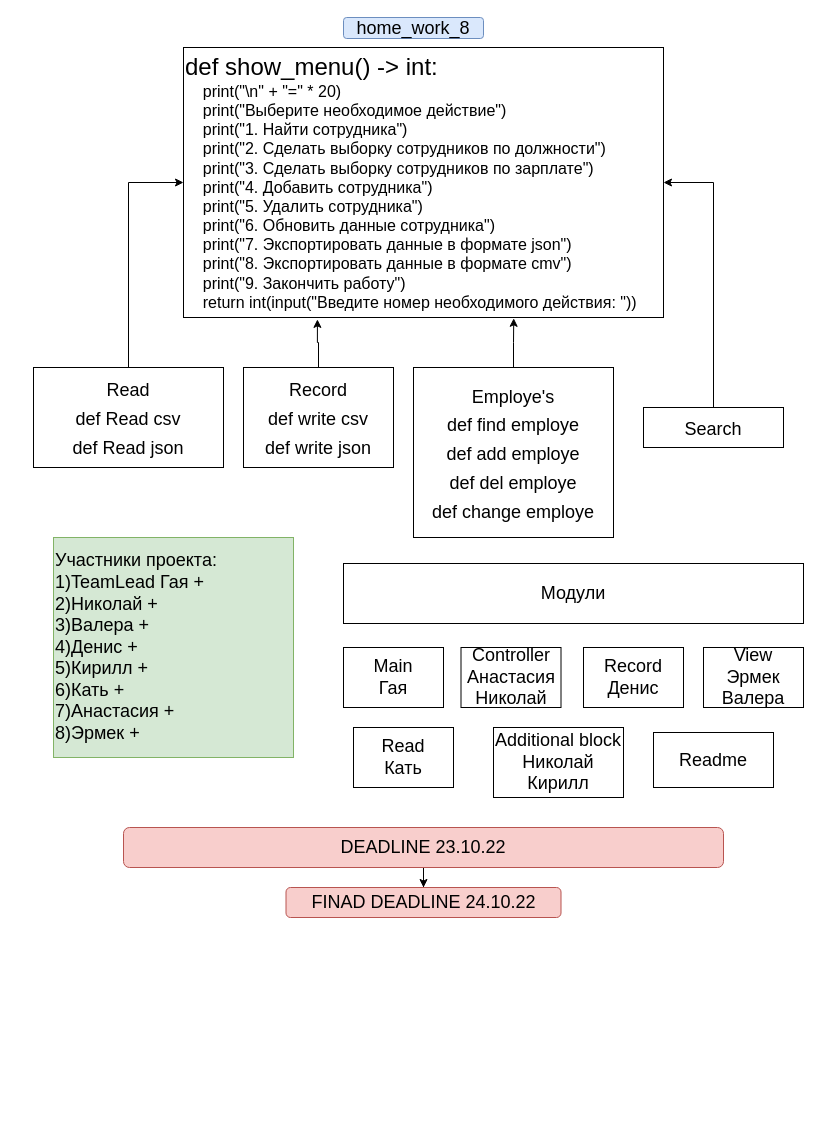
This is home_work_8.drawio from one-liners-22/HomeWork08, a draw.io file, before an edit. Source tidied: cells renumbered, new cells numbered last; positions are measured from the earlier drawing's top-left corner, leaving out a move shared by most shapes. Both pictures are drawn from the tidied source at 100%, with x=0, y=0 at pixel (33, 17).
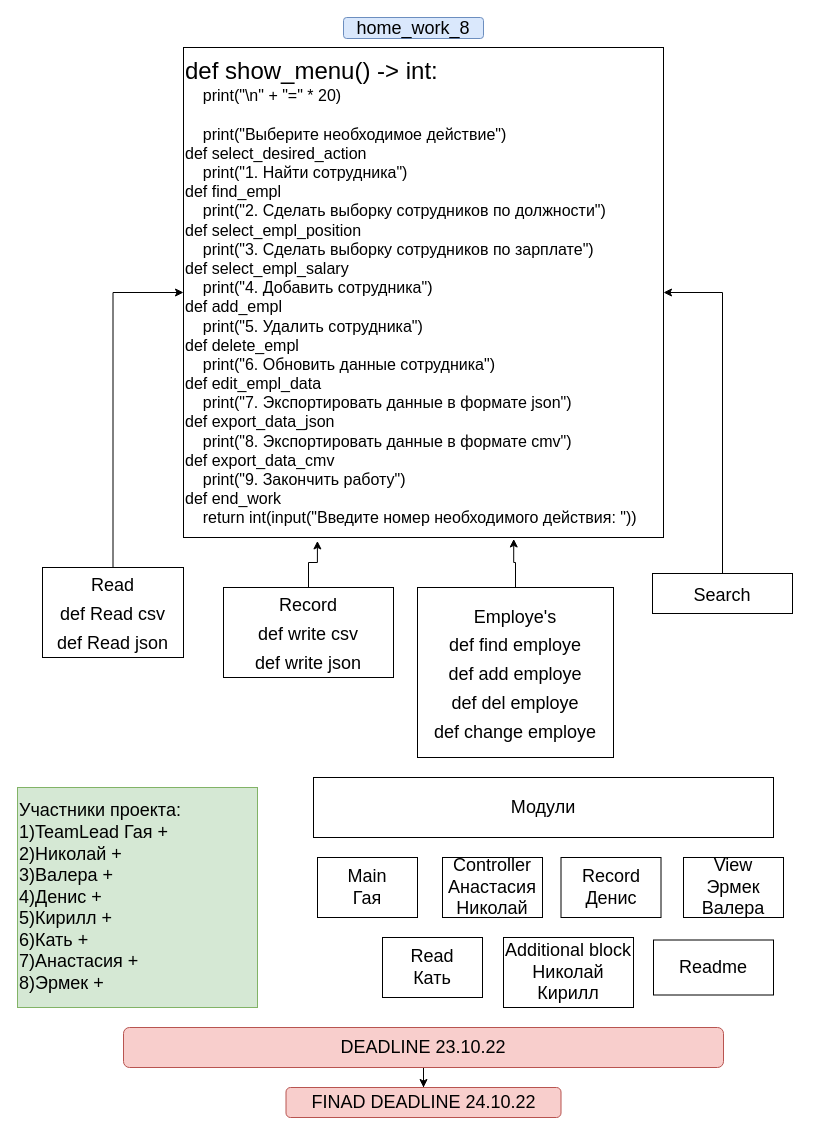
After the change.

Commit message:
обноовили план добавили функции

The edit, as a diff of the source:
```diff
@@
-    <mxCell id="2" value="&lt;div&gt;&lt;font style=&quot;font-size: 24px;&quot;&gt;def show_menu() -&amp;gt; int:&lt;/font&gt;&lt;/div&gt;&lt;div&gt;&lt;font size=&quot;3&quot;&gt;&amp;nbsp; &amp;nbsp; print(&quot;\n&quot; + &quot;=&quot; * 20)&lt;/font&gt;&lt;/div&gt;&lt;div&gt;&lt;font size=&quot;3&quot;&gt;&amp;nbsp; &amp;nbsp; print(&quot;Выберите необходимое действие&quot;)&lt;/font&gt;&lt;/div&gt;&lt;div&gt;&lt;font size=&quot;3&quot;&gt;&amp;nbsp; &amp;nbsp; print(&quot;1. Найти сотрудника&quot;)&lt;/font&gt;&lt;/div&gt;&lt;div&gt;&lt;font size=&quot;3&quot;&gt;&amp;nbsp; &amp;nbsp; print(&quot;2. Сделать выборку сотрудников по должности&quot;)&lt;/font&gt;&lt;/div&gt;&lt;div&gt;&lt;font size=&quot;3&quot;&gt;&amp;nbsp; &amp;nbsp; print(&quot;3. Сделать выборку сотрудников по зарплате&quot;)&lt;/font&gt;&lt;/div&gt;&lt;div&gt;&lt;font size=&quot;3&quot;&gt;&amp;nbsp; &amp;nbsp; print(&quot;4. Добавить сотрудника&quot;)&lt;/font&gt;&lt;/div&gt;&lt;div&gt;&lt;font size=&quot;3&quot;&gt;&amp;nbsp; &amp;nbsp; print(&quot;5. Удалить сотрудника&quot;)&lt;/font&gt;&lt;/div&gt;&lt;div&gt;&lt;font size=&quot;3&quot;&gt;&amp;nbsp; &amp;nbsp; print(&quot;6. Обновить данные сотрудника&quot;)&lt;/font&gt;&lt;/div&gt;&lt;div&gt;&lt;font size=&quot;3&quot;&gt;&amp;nbsp; &amp;nbsp; print(&quot;7. Экспортировать данные в формате json&quot;)&lt;/font&gt;&lt;/div&gt;&lt;div&gt;&lt;font size=&quot;3&quot;&gt;&amp;nbsp; &amp;nbsp; print(&quot;8. Экспортировать данные в формате cmv&quot;)&lt;/font&gt;&lt;/div&gt;&lt;div&gt;&lt;font size=&quot;3&quot;&gt;&amp;nbsp; &amp;nbsp; print(&quot;9. Закончить работу&quot;)&lt;/font&gt;&lt;/div&gt;&lt;div&gt;&lt;font size=&quot;3&quot;&gt;&amp;nbsp; &amp;nbsp; return int(input(&quot;Введите номер необходимого действия: &quot;))&lt;/font&gt;&lt;/div&gt;" style="rounded=0;whiteSpace=wrap;html=1;align=left;" parent="1" vertex="1">
-      <mxGeometry x="150" y="30" width="480" height="270" as="geometry" />
+    <mxCell id="2" value="&lt;div&gt;&lt;font style=&quot;font-size: 24px;&quot;&gt;def show_menu() -&amp;gt; int:&lt;/font&gt;&lt;/div&gt;&lt;div&gt;&lt;font size=&quot;3&quot;&gt;&amp;nbsp; &amp;nbsp; print(&quot;\n&quot; + &quot;=&quot; * 20)&lt;/font&gt;&lt;/div&gt;&lt;div&gt;&lt;font size=&quot;3&quot;&gt;&lt;br&gt;&lt;/font&gt;&lt;/div&gt;&lt;div&gt;&lt;font size=&quot;3&quot;&gt;&amp;nbsp; &amp;nbsp; print(&quot;Выберите необходимое действие&quot;)&lt;/font&gt;&lt;/div&gt;&lt;div&gt;&lt;font size=&quot;3&quot;&gt;def s&lt;/font&gt;&lt;span style=&quot;background-color: initial;&quot;&gt;&lt;font size=&quot;3&quot;&gt;elect_desired_action&lt;/font&gt;&lt;/span&gt;&lt;/div&gt;&lt;div&gt;&lt;font size=&quot;3&quot;&gt;&amp;nbsp; &amp;nbsp; print(&quot;1. Найти сотрудника&quot;)&lt;/font&gt;&lt;/div&gt;&lt;div&gt;&lt;font size=&quot;3&quot;&gt;def find_&lt;/font&gt;&lt;span style=&quot;background-color: initial;&quot;&gt;&lt;font size=&quot;3&quot;&gt;empl&lt;/font&gt;&lt;/span&gt;&lt;/div&gt;&lt;div&gt;&lt;font size=&quot;3&quot;&gt;&amp;nbsp; &amp;nbsp; print(&quot;2. Сделать выборку сотрудников по должности&quot;)&lt;/font&gt;&lt;/div&gt;&lt;div&gt;&lt;font size=&quot;3&quot;&gt;def s&lt;/font&gt;&lt;span style=&quot;background-color: initial;&quot;&gt;&lt;font size=&quot;3&quot;&gt;elect_empl_position&lt;/font&gt;&lt;/span&gt;&lt;/div&gt;&lt;div&gt;&lt;font size=&quot;3&quot;&gt;&amp;nbsp; &amp;nbsp; print(&quot;3. Сделать выборку сотрудников по зарплате&quot;)&lt;/font&gt;&lt;/div&gt;&lt;div&gt;&lt;font size=&quot;3&quot;&gt;def&amp;nbsp;&lt;/font&gt;&lt;span style=&quot;background-color: initial;&quot;&gt;&lt;font size=&quot;3&quot;&gt;select_empl_salary&lt;/font&gt;&lt;/span&gt;&lt;/div&gt;&lt;div&gt;&lt;font size=&quot;3&quot;&gt;&amp;nbsp; &amp;nbsp; print(&quot;4. Добавить сотрудника&quot;)&lt;/font&gt;&lt;/div&gt;&lt;div&gt;&lt;font size=&quot;3&quot;&gt;def&amp;nbsp;&lt;/font&gt;&lt;span style=&quot;background-color: initial;&quot;&gt;&lt;font size=&quot;3&quot;&gt;add_empl&lt;/font&gt;&lt;/span&gt;&lt;/div&gt;&lt;div&gt;&lt;font size=&quot;3&quot;&gt;&amp;nbsp; &amp;nbsp; print(&quot;5. Удалить сотрудника&quot;)&lt;/font&gt;&lt;/div&gt;&lt;div&gt;&lt;font size=&quot;3&quot;&gt;def&amp;nbsp;&lt;/font&gt;&lt;span style=&quot;background-color: initial;&quot;&gt;&lt;font size=&quot;3&quot;&gt;delete_empl&lt;/font&gt;&lt;/span&gt;&lt;/div&gt;&lt;div&gt;&lt;font size=&quot;3&quot;&gt;&amp;nbsp; &amp;nbsp; print(&quot;6. Обновить данные сотрудника&quot;)&lt;/font&gt;&lt;/div&gt;&lt;div&gt;&lt;font size=&quot;3&quot;&gt;def edit&lt;/font&gt;&lt;span style=&quot;background-color: initial;&quot;&gt;&lt;font size=&quot;3&quot;&gt;_empl_data&lt;/font&gt;&lt;/span&gt;&lt;/div&gt;&lt;div&gt;&lt;font size=&quot;3&quot;&gt;&amp;nbsp; &amp;nbsp; print(&quot;7. Экспортировать данные в формате json&quot;)&lt;/font&gt;&lt;/div&gt;&lt;div&gt;&lt;font size=&quot;3&quot;&gt;def export_data_json&lt;/font&gt;&lt;/div&gt;&lt;div&gt;&lt;font size=&quot;3&quot;&gt;&amp;nbsp; &amp;nbsp; print(&quot;8. Экспортировать данные в формате cmv&quot;)&lt;/font&gt;&lt;/div&gt;&lt;div&gt;&lt;span style=&quot;font-size: medium;&quot;&gt;def export_data_cmv&lt;/span&gt;&lt;font size=&quot;3&quot;&gt;&lt;br&gt;&lt;/font&gt;&lt;/div&gt;&lt;div&gt;&lt;font size=&quot;3&quot;&gt;&amp;nbsp; &amp;nbsp; print(&quot;9. Закончить работу&quot;)&lt;/font&gt;&lt;/div&gt;&lt;div&gt;&lt;font size=&quot;3&quot;&gt;def end_work&lt;/font&gt;&lt;/div&gt;&lt;div&gt;&lt;font size=&quot;3&quot;&gt;&amp;nbsp; &amp;nbsp; return int(input(&quot;Введите номер необходимого действия: &quot;))&lt;/font&gt;&lt;/div&gt;" style="rounded=0;whiteSpace=wrap;html=1;align=left;" parent="1" vertex="1">
+      <mxGeometry x="150" y="30" width="480" height="490" as="geometry" />
     </mxCell>
@@
     <mxCell id="4" value="&lt;font style=&quot;font-size: 18px;&quot;&gt;Read&lt;br&gt;def Read csv&lt;br&gt;def Read json&lt;/font&gt;" style="rounded=0;whiteSpace=wrap;html=1;fontSize=24;" parent="1" vertex="1">
-      <mxGeometry y="350" width="190" height="100" as="geometry" />
+      <mxGeometry x="9" y="550" width="141" height="90" as="geometry" />
     </mxCell>
@@
     <mxCell id="6" value="&lt;font style=&quot;font-size: 18px;&quot;&gt;Record&lt;br&gt;def write csv&lt;br&gt;def write json&lt;/font&gt;" style="rounded=0;whiteSpace=wrap;html=1;fontSize=24;" parent="1" vertex="1">
-      <mxGeometry x="210" y="350" width="150" height="100" as="geometry" />
+      <mxGeometry x="190" y="570" width="170" height="90" as="geometry" />
     </mxCell>
@@
     <mxCell id="8" value="&lt;span style=&quot;background-color: initial;&quot;&gt;&lt;font style=&quot;font-size: 18px;&quot;&gt;Employe's&lt;br&gt;def find employe&lt;br&gt;def add employe&lt;br&gt;def del employe&lt;br&gt;def change employe&lt;/font&gt;&lt;br&gt;&lt;/span&gt;" style="rounded=0;whiteSpace=wrap;html=1;fontSize=24;" parent="1" vertex="1">
-      <mxGeometry x="380" y="350" width="200" height="170" as="geometry" />
+      <mxGeometry x="384" y="570" width="196" height="170" as="geometry" />
     </mxCell>
@@
     <mxCell id="10" value="&lt;font style=&quot;font-size: 18px;&quot;&gt;Search&lt;/font&gt;" style="rounded=0;whiteSpace=wrap;html=1;fontSize=24;" parent="1" vertex="1">
-      <mxGeometry x="610" y="390" width="140" height="40" as="geometry" />
+      <mxGeometry x="619" y="556" width="140" height="40" as="geometry" />
     </mxCell>
     <mxCell id="11" value="&lt;div style=&quot;&quot;&gt;&lt;span style=&quot;background-color: initial;&quot;&gt;Участники проекта:&lt;/span&gt;&lt;/div&gt;&lt;div style=&quot;&quot;&gt;&lt;span style=&quot;background-color: initial;&quot;&gt;1)TeamLead Гая +&lt;/span&gt;&lt;/div&gt;2)Николай +&lt;br&gt;3)Валера +&lt;br&gt;4)Денис +&lt;br&gt;5)Кирилл +&lt;br&gt;6)Кать +&lt;br&gt;7)Анастасия +&lt;br&gt;8)Эрмек +" style="rounded=0;whiteSpace=wrap;html=1;fontSize=18;fillColor=#d5e8d4;strokeColor=#82b366;align=left;" parent="1" vertex="1">
-      <mxGeometry x="20" y="520" width="240" height="220" as="geometry" />
+      <mxGeometry x="-16" y="770" width="240" height="220" as="geometry" />
     </mxCell>
     <mxCell id="12" value="Модули" style="rounded=0;whiteSpace=wrap;html=1;fontSize=18;" parent="1" vertex="1">
-      <mxGeometry x="310" y="546" width="460" height="60" as="geometry" />
+      <mxGeometry x="280" y="760" width="460" height="60" as="geometry" />
     </mxCell>
     <mxCell id="13" value="View&lt;br&gt;Эрмек&lt;br&gt;Валера" style="rounded=0;whiteSpace=wrap;html=1;fontSize=18;" parent="1" vertex="1">
-      <mxGeometry x="670" y="630" width="100" height="60" as="geometry" />
+      <mxGeometry x="650" y="840" width="100" height="60" as="geometry" />
     </mxCell>
     <mxCell id="14" value="Record&lt;br&gt;Денис" style="rounded=0;whiteSpace=wrap;html=1;fontSize=18;" parent="1" vertex="1">
-      <mxGeometry x="550" y="630" width="100" height="60" as="geometry" />
+      <mxGeometry x="527.5" y="840" width="100" height="60" as="geometry" />
     </mxCell>
     <mxCell id="15" value="Controller&lt;br&gt;Анастасия&lt;br&gt;Николай" style="rounded=0;whiteSpace=wrap;html=1;fontSize=18;" parent="1" vertex="1">
-      <mxGeometry x="427.5" y="630" width="100" height="60" as="geometry" />
+      <mxGeometry x="409" y="840" width="100" height="60" as="geometry" />
     </mxCell>
     <mxCell id="16" value="Read&lt;br&gt;Кать" style="rounded=0;whiteSpace=wrap;html=1;fontSize=18;" parent="1" vertex="1">
-      <mxGeometry x="320" y="710" width="100" height="60" as="geometry" />
+      <mxGeometry x="349" y="920" width="100" height="60" as="geometry" />
     </mxCell>
     <mxCell id="17" value="Main&lt;br&gt;Гая" style="rounded=0;whiteSpace=wrap;html=1;fontSize=18;" parent="1" vertex="1">
-      <mxGeometry x="310" y="630" width="100" height="60" as="geometry" />
+      <mxGeometry x="284" y="840" width="100" height="60" as="geometry" />
     </mxCell>
     <mxCell id="18" value="Additional block&lt;br&gt;Николай&lt;br&gt;Кирилл" style="rounded=0;whiteSpace=wrap;html=1;fontSize=18;" parent="1" vertex="1">
-      <mxGeometry x="460" y="710" width="130" height="70" as="geometry" />
+      <mxGeometry x="470" y="920" width="130" height="70" as="geometry" />
     </mxCell>
     <mxCell id="19" value="Readme" style="rounded=0;whiteSpace=wrap;html=1;fontSize=18;" parent="1" vertex="1">
-      <mxGeometry x="620" y="715" width="120" height="55" as="geometry" />
+      <mxGeometry x="620" y="922.5" width="120" height="55" as="geometry" />
     </mxCell>
@@
     <mxCell id="21" value="DEADLINE 23.10.22" style="rounded=1;whiteSpace=wrap;html=1;fontSize=18;fillColor=#f8cecc;strokeColor=#b85450;" parent="1" vertex="1">
-      <mxGeometry x="90" y="810" width="600" height="40" as="geometry" />
+      <mxGeometry x="90" y="1010" width="600" height="40" as="geometry" />
     </mxCell>
     <mxCell id="22" value="FINAD DEADLINE 24.10.22" style="rounded=1;whiteSpace=wrap;html=1;fontSize=18;fillColor=#f8cecc;strokeColor=#b85450;" parent="1" vertex="1">
-      <mxGeometry x="252.5" y="870" width="275" height="30" as="geometry" />
+      <mxGeometry x="252.5" y="1070" width="275" height="30" as="geometry" />
     </mxCell>
```
